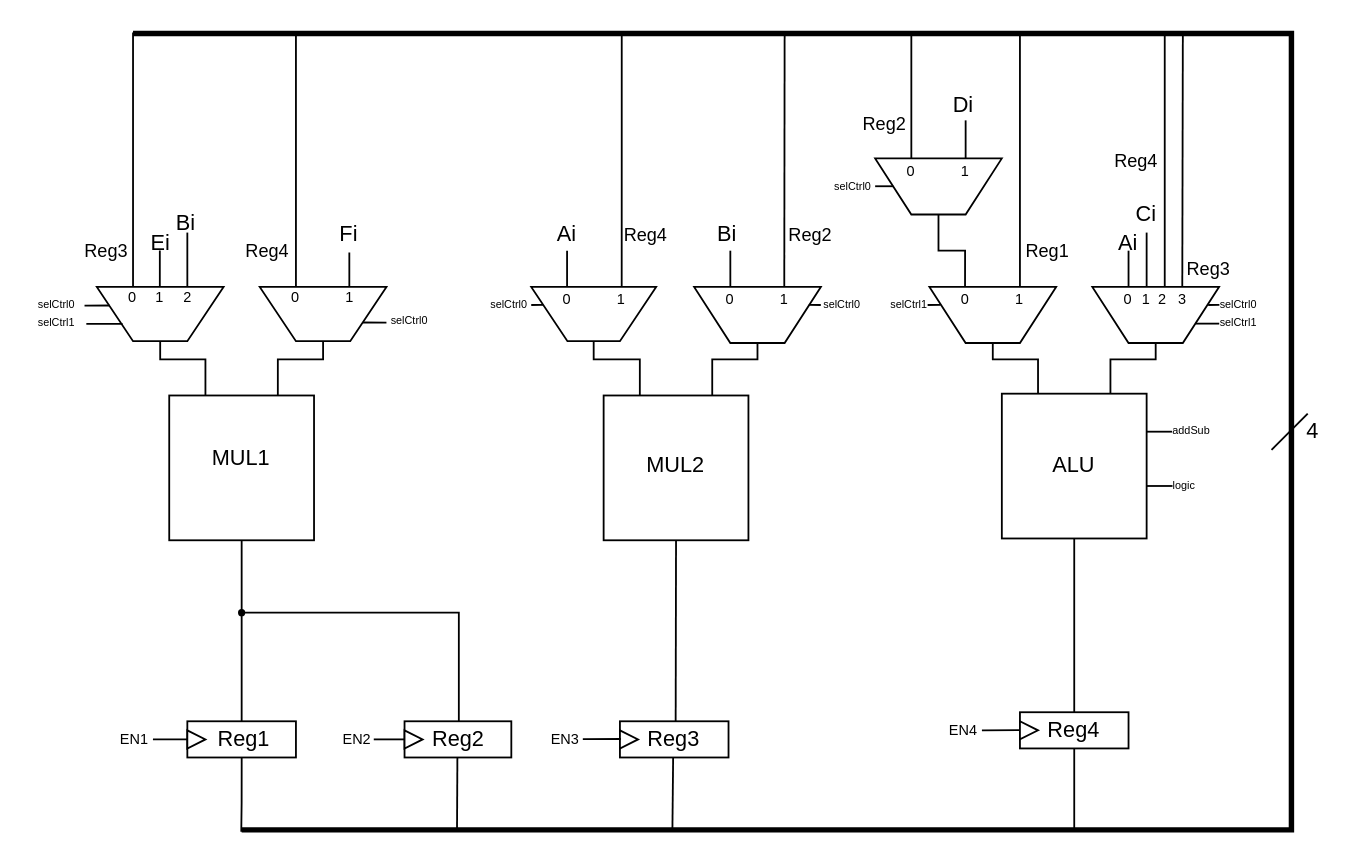
FranciscoPRosa/NEEC_test keeps this draw.io diagram as Untitled Diagram.drawio. Above is the earlier version. Source tidied: cells renumbered, new cells numbered last; positions are measured from the earlier drawing's top-left corner, leaving out a move shared by most shapes. Both pictures are drawn from the tidied source at 181%, with x=0, y=0 at pixel (29, 33).
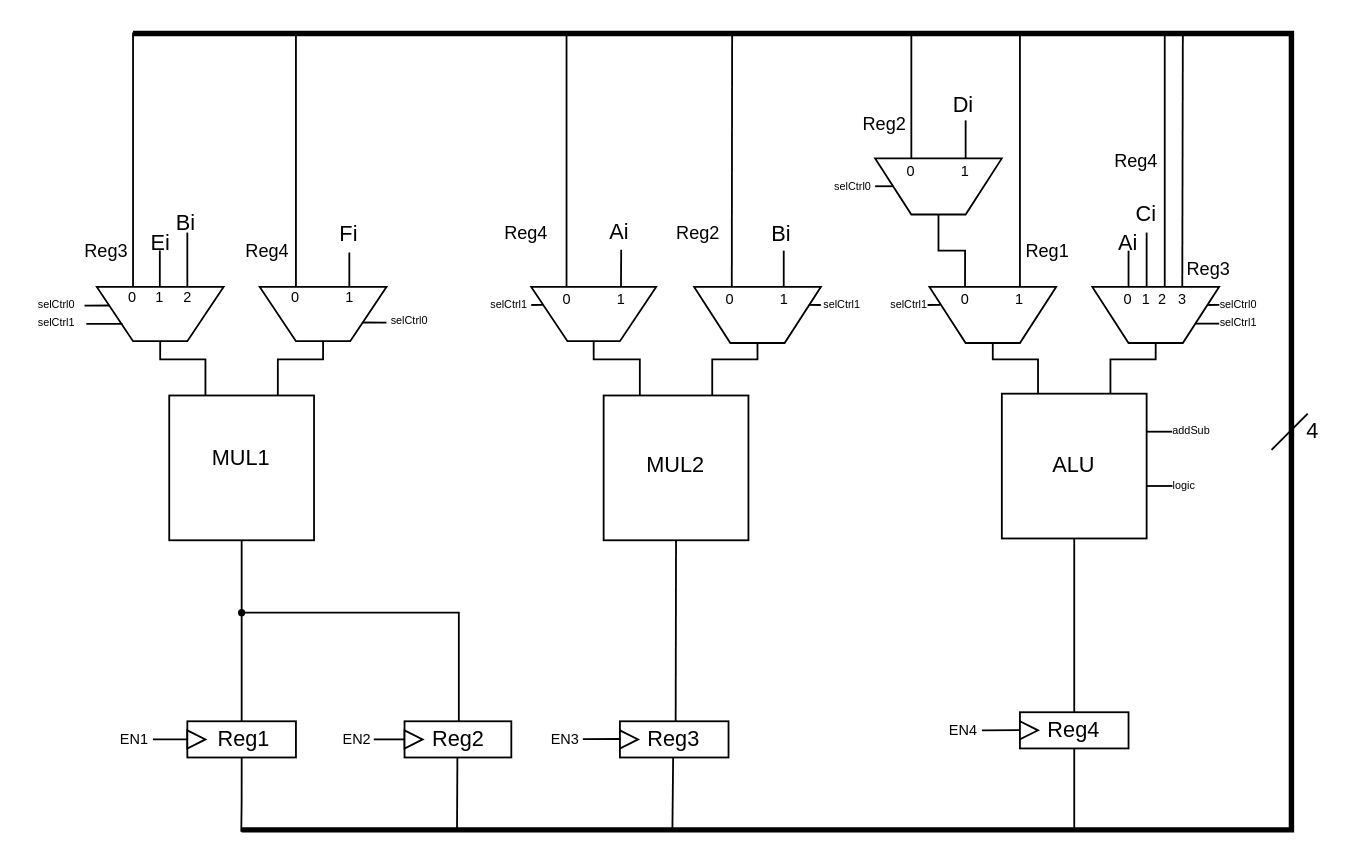
Above is the later version.

Unchanged cells that the change refers to:
```xml
<mxCell id="77" value="&lt;font style=&quot;font-size: 8px;&quot;&gt;1&lt;/font&gt;" style="text;html=1;align=center;verticalAlign=middle;whiteSpace=wrap;rounded=0;" parent="1" vertex="1">
  <mxGeometry x="317" y="141" width="20" height="10" as="geometry" />
</mxCell>
<mxCell id="79" value="&lt;font style=&quot;font-size: 8px;&quot;&gt;1&lt;/font&gt;" style="text;html=1;align=center;verticalAlign=middle;whiteSpace=wrap;rounded=0;" parent="1" vertex="1">
  <mxGeometry x="406.8" y="141" width="20" height="10" as="geometry" />
</mxCell>
```

Change to the diagram source:
```diff
@@
-    <mxCell id="32" style="endArrow=none;html=1;rounded=0;exitX=0.5;exitY=0;exitDx=0;exitDy=0;" parent="1" edge="1" source="79">
+    <mxCell id="32" style="endArrow=none;html=1;rounded=0;exitX=0.5;exitY=0;exitDx=0;exitDy=0;" parent="1" edge="1">
       <mxGeometry relative="1" as="geometry">
-        <mxPoint x="417" as="targetPoint" />
+        <mxPoint x="387.8" y="140" as="sourcePoint" />
+        <mxPoint x="388" y="-1" as="targetPoint" />
       </mxGeometry>
     </mxCell>
@@
     <mxCell id="38" value="&lt;span style=&quot;font-size: 10px;&quot;&gt;Reg4&lt;/span&gt;" style="text;html=1;align=center;verticalAlign=middle;whiteSpace=wrap;rounded=0;" parent="1" vertex="1">
-      <mxGeometry x="323" y="101" width="35" height="20" as="geometry" />
+      <mxGeometry x="257" y="100" width="35" height="20" as="geometry" />
     </mxCell>
@@
-    <mxCell id="76" style="edgeStyle=orthogonalEdgeStyle;rounded=0;jettySize=auto;html=1;endArrow=none;endFill=0;exitX=0.499;exitY=-0.126;exitDx=0;exitDy=0;exitPerimeter=0;" parent="1" edge="1" source="77">
+    <mxCell id="76" style="edgeStyle=orthogonalEdgeStyle;rounded=0;orthogonalLoop=1;jettySize=auto;html=1;endArrow=none;endFill=0;exitX=0.499;exitY=-0.126;exitDx=0;exitDy=0;exitPerimeter=0;" parent="1" edge="1">
       <mxGeometry relative="1" as="geometry">
-        <mxPoint x="327" as="targetPoint" />
+        <mxPoint x="296.5" y="139.9" as="sourcePoint" />
+        <mxPoint x="296.5" y="0.1" as="targetPoint" />
       </mxGeometry>
     </mxCell>
@@
     <mxCell id="80" style="edgeStyle=orthogonalEdgeStyle;rounded=0;orthogonalLoop=1;jettySize=auto;html=1;entryX=0.5;entryY=0;entryDx=0;entryDy=0;endArrow=none;endFill=0;" parent="1" edge="1">
       <mxGeometry relative="1" as="geometry">
-        <mxPoint x="296.8" y="120" as="sourcePoint" />
-        <mxPoint x="296.8" y="140" as="targetPoint" />
+        <mxPoint x="326.7" y="119.5" as="sourcePoint" />
+        <mxPoint x="326.6" y="139.5" as="targetPoint" />
       </mxGeometry>
     </mxCell>
     <mxCell id="81" value="Ai" style="text;html=1;align=center;verticalAlign=middle;whiteSpace=wrap;rounded=0;" parent="1" vertex="1">
-      <mxGeometry x="287.9" y="101" width="17.8" height="20" as="geometry" />
+      <mxGeometry x="317" y="100" width="17.8" height="20" as="geometry" />
     </mxCell>
     <mxCell id="82" style="edgeStyle=orthogonalEdgeStyle;rounded=0;orthogonalLoop=1;jettySize=auto;html=1;entryX=0.5;entryY=0;entryDx=0;entryDy=0;endArrow=none;endFill=0;" parent="1" edge="1">
       <mxGeometry relative="1" as="geometry">
-        <mxPoint x="387" y="120" as="sourcePoint" />
-        <mxPoint x="387" y="140" as="targetPoint" />
+        <mxPoint x="416.5" y="120" as="sourcePoint" />
+        <mxPoint x="416.5" y="140" as="targetPoint" />
         <Array as="points">
-          <mxPoint x="387" y="140" />
+          <mxPoint x="416.5" y="140" />
         </Array>
       </mxGeometry>
     </mxCell>
     <mxCell id="83" value="Bi" style="text;html=1;align=center;verticalAlign=middle;whiteSpace=wrap;rounded=0;" parent="1" vertex="1">
-      <mxGeometry x="377.2" y="101" width="17.2" height="20" as="geometry" />
+      <mxGeometry x="406.8" y="101" width="17.2" height="20" as="geometry" />
     </mxCell>
     <mxCell id="84" value="&lt;span style=&quot;font-size: 10px;&quot;&gt;Reg2&lt;/span&gt;" style="text;html=1;align=center;verticalAlign=middle;whiteSpace=wrap;rounded=0;" parent="1" vertex="1">
-      <mxGeometry x="413.5" y="101" width="35" height="20" as="geometry" />
+      <mxGeometry x="352" y="100" width="35" height="20" as="geometry" />
     </mxCell>
@@
-    <mxCell id="92" value="selCtrl0" style="text;html=1;align=center;verticalAlign=middle;whiteSpace=wrap;rounded=0;fontSize=6;" parent="1" vertex="1">
+    <mxCell id="92" value="selCtrl1" style="text;html=1;align=center;verticalAlign=middle;whiteSpace=wrap;rounded=0;fontSize=6;" parent="1" vertex="1">
       <mxGeometry x="250" y="145.4" width="30" height="10" as="geometry" />
     </mxCell>
@@
-    <mxCell id="94" value="selCtrl0" style="text;html=1;align=center;verticalAlign=middle;whiteSpace=wrap;rounded=0;fontSize=6;" parent="1" vertex="1">
+    <mxCell id="94" value="selCtrl1" style="text;html=1;align=center;verticalAlign=middle;whiteSpace=wrap;rounded=0;fontSize=6;" parent="1" vertex="1">
       <mxGeometry x="434" y="145.4" width="30" height="10" as="geometry" />
     </mxCell>
```
